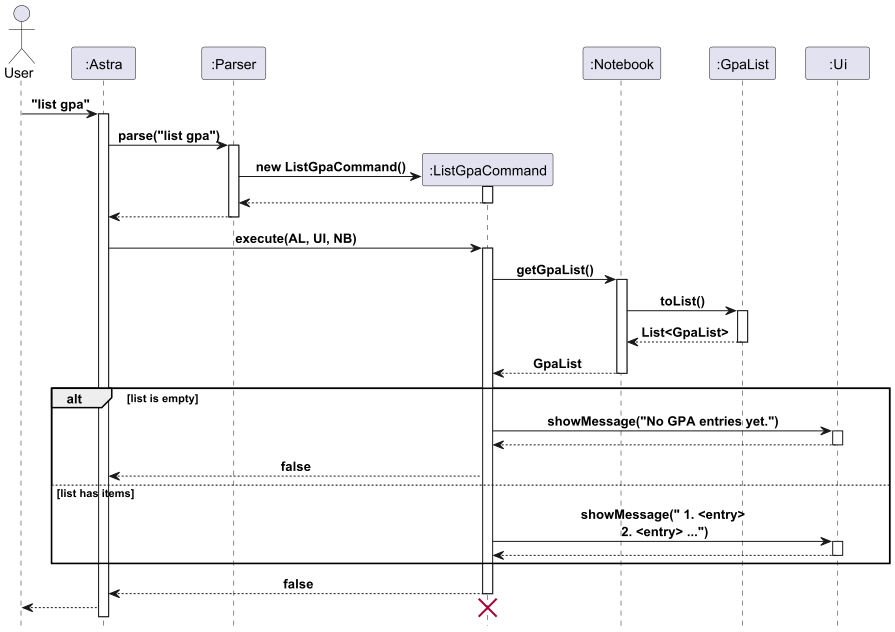
Above: docs/images/LIstGPAEntries.png in Kennahh/tp (PlantUML), before the change. Its source is kept beside it as docs/diagrams/ListGPAEntries.puml.
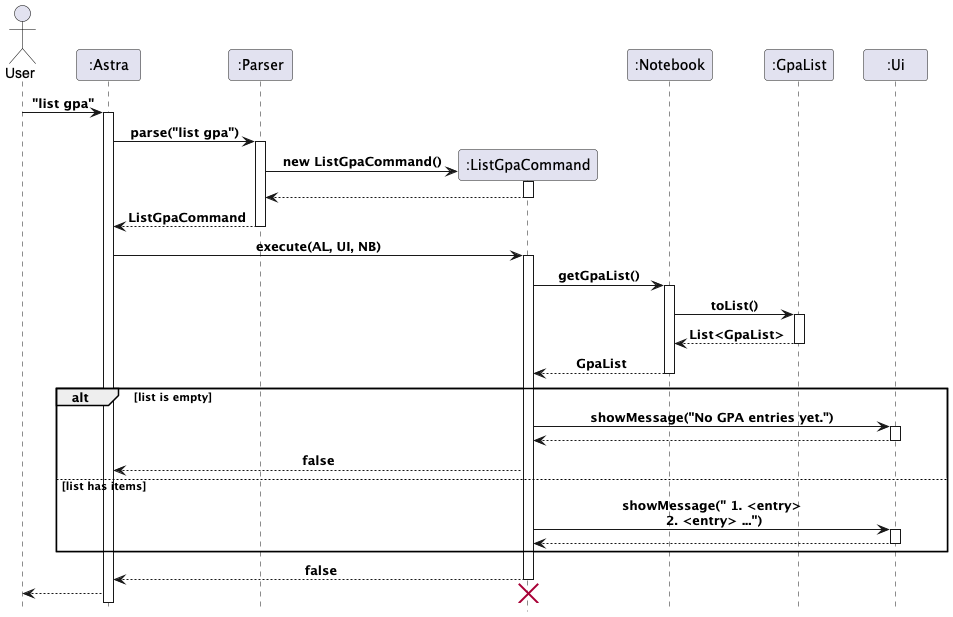
After the change.

Diff of the diagram source:
```diff
@@ -16,7 +16,7 @@
 Parser -> C: new ListGpaCommand()
 activate C
 return
-return
+return ListGpaCommand
 
 Astra -> C: execute(AL, UI, NB)
 activate C
```
